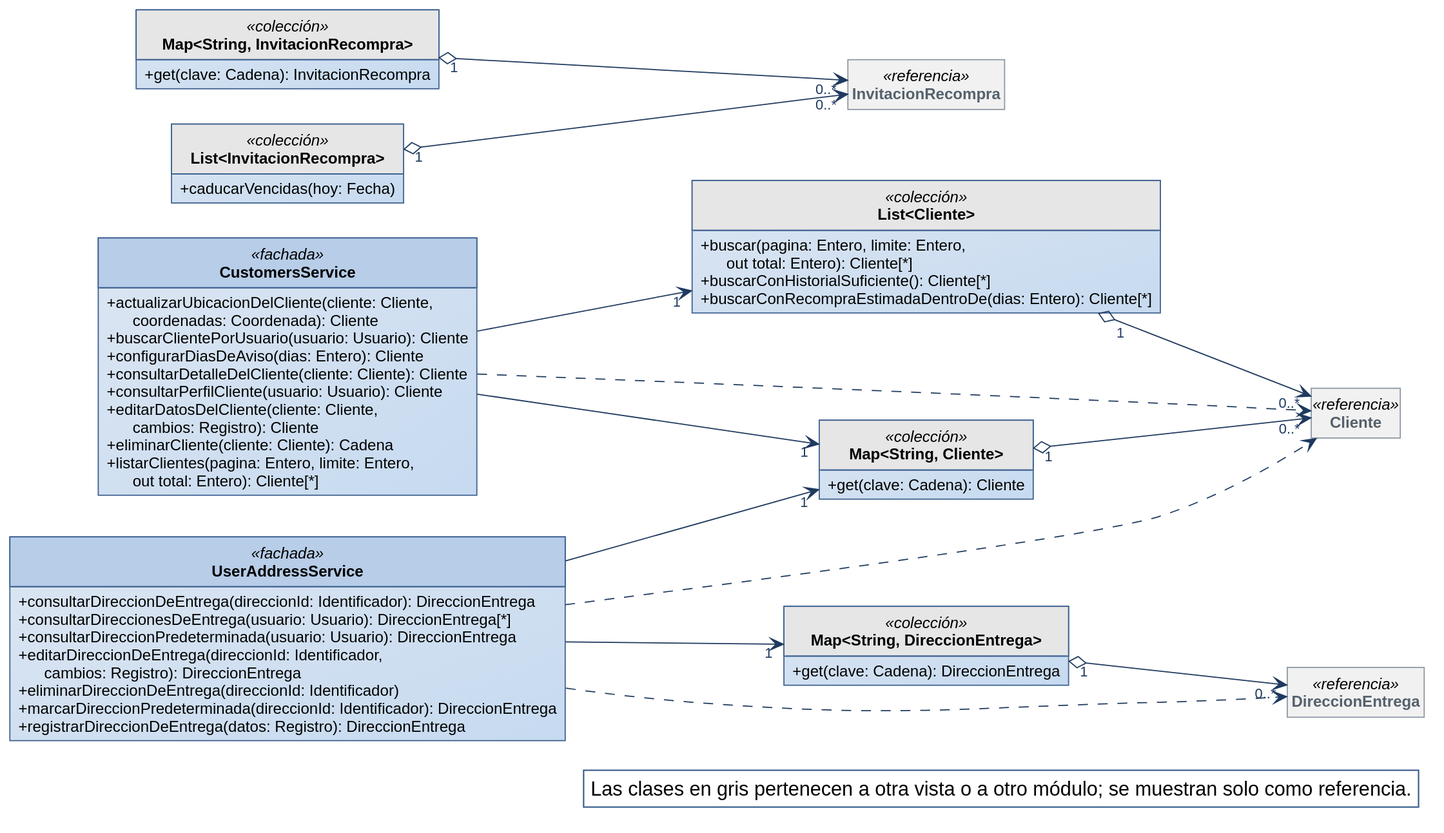
Before: diagramas/clases-diseno/DC_Mod_Clientes.svg, a diagram exported from PlantUML (Nahuelito-Dev/splg-docs). Source of this version:
```plantuml
@startuml
!include ../estilo-vp.iuml
skinparam nodesep 40
skinparam ranksep 55
skinparam genericDisplay old
skinparam class<<referencia>> {
  BackgroundColor #F1F1F1
  BorderColor #8A97A3
  FontColor #55616C
}
skinparam class<<fachada>> {
  HeaderBackgroundColor #B7CDE8
}
skinparam class<<controlador>> {
  HeaderBackgroundColor #B7CDE8
}
skinparam class<<fabricación pura>> {
  HeaderBackgroundColor #E4ECF6
}
skinparam class<<colección>> {
  HeaderBackgroundColor #E6E6E6
}
skinparam class<<adaptador>> {
  HeaderBackgroundColor #D5E3F3
}
skinparam packageStyle rectangle
hide circle
hide empty members

left to right direction
skinparam nodesep 25
skinparam ranksep 90
class CustomersService <<fachada>> {
  + actualizarUbicacionDelCliente(cliente: Cliente,\n      coordenadas: Coordenada): Cliente
  + buscarClientePorUsuario(usuario: Usuario): Cliente
  + configurarDiasDeAviso(dias: Entero): Cliente
  + consultarDetalleDelCliente(cliente: Cliente): Cliente
  + consultarPerfilCliente(usuario: Usuario): Cliente
  + editarDatosDelCliente(cliente: Cliente,\n      cambios: Registro): Cliente
  + eliminarCliente(cliente: Cliente): Cadena
  + listarClientes(pagina: Entero, limite: Entero,\n      out total: Entero): Cliente[*]
}
class "Map<String, Cliente>" as Map_String_Cliente <<colección>> {
  + get(clave: Cadena): Cliente
}
class "List<Cliente>" as List_Cliente <<colección>> {
  + buscar(pagina: Entero, limite: Entero,\n      out total: Entero): Cliente[*]
  + buscarConHistorialSuficiente(): Cliente[*]
  + buscarConRecompraEstimadaDentroDe(dias: Entero): Cliente[*]
}
class "Map<String, InvitacionRecompra>" as Map_String_InvitacionRecompra <<colección>> {
  + get(clave: Cadena): InvitacionRecompra
}
class "List<InvitacionRecompra>" as List_InvitacionRecompra <<colección>> {
  + caducarVencidas(hoy: Fecha)
}
class UserAddressService <<fachada>> {
  + consultarDireccionDeEntrega(direccionId: Identificador): DireccionEntrega
  + consultarDireccionesDeEntrega(usuario: Usuario): DireccionEntrega[*]
  + consultarDireccionPredeterminada(usuario: Usuario): DireccionEntrega
  + editarDireccionDeEntrega(direccionId: Identificador,\n      cambios: Registro): DireccionEntrega
  + eliminarDireccionDeEntrega(direccionId: Identificador)
  + marcarDireccionPredeterminada(direccionId: Identificador): DireccionEntrega
  + registrarDireccionDeEntrega(datos: Registro): DireccionEntrega
}
class "Map<String, DireccionEntrega>" as Map_String_DireccionEntrega <<colección>> {
  + get(clave: Cadena): DireccionEntrega
}
class Cliente <<referencia>>
class InvitacionRecompra <<referencia>>
class DireccionEntrega <<referencia>>

Map_String_Cliente "1" o--> "0..*" Cliente
List_Cliente "1" o--> "0..*" Cliente
Map_String_InvitacionRecompra "1" o--> "0..*" InvitacionRecompra
List_InvitacionRecompra "1" o--> "0..*" InvitacionRecompra
Map_String_DireccionEntrega "1" o--> "0..*" DireccionEntrega
CustomersService --> "1" List_Cliente
CustomersService --> "1" Map_String_Cliente
UserAddressService --> "1" Map_String_Cliente
UserAddressService --> "1" Map_String_DireccionEntrega
CustomersService ..> Cliente
UserAddressService ..> Cliente
UserAddressService ..> DireccionEntrega

legend bottom right
  Las clases en gris pertenecen a otra vista o a otro módulo; se muestran solo como referencia.
endlegend
@enduml
```
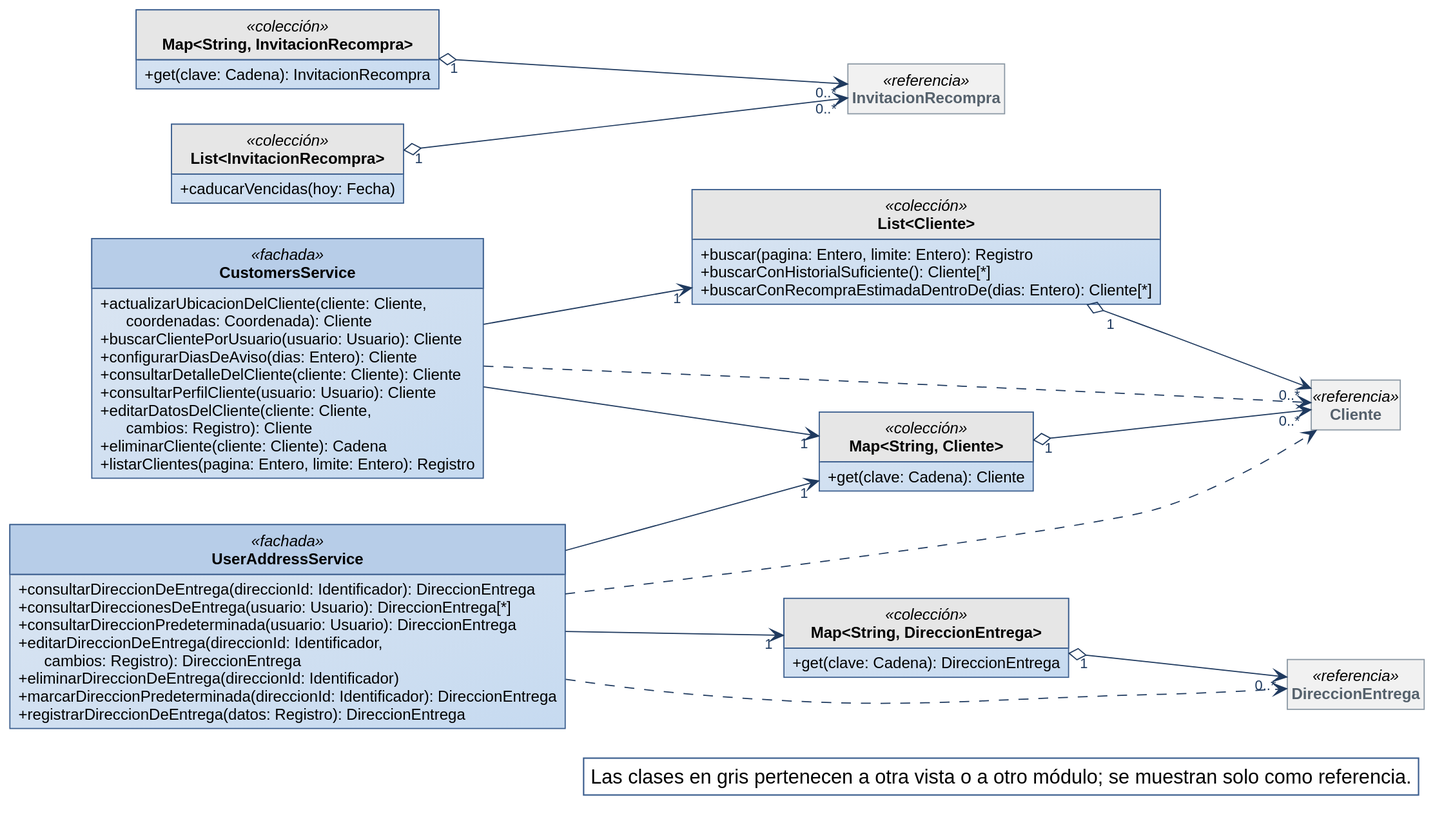
After the commit.

What changed in the source:
```diff
@@ -38,13 +38,13 @@
   + consultarPerfilCliente(usuario: Usuario): Cliente
   + editarDatosDelCliente(cliente: Cliente,\n      cambios: Registro): Cliente
   + eliminarCliente(cliente: Cliente): Cadena
-  + listarClientes(pagina: Entero, limite: Entero,\n      out total: Entero): Cliente[*]
+  + listarClientes(pagina: Entero, limite: Entero): Registro
 }
 class "Map<String, Cliente>" as Map_String_Cliente <<colección>> {
   + get(clave: Cadena): Cliente
 }
 class "List<Cliente>" as List_Cliente <<colección>> {
-  + buscar(pagina: Entero, limite: Entero,\n      out total: Entero): Cliente[*]
+  + buscar(pagina: Entero, limite: Entero): Registro
   + buscarConHistorialSuficiente(): Cliente[*]
   + buscarConRecompraEstimadaDentroDe(dias: Entero): Cliente[*]
 }
```
